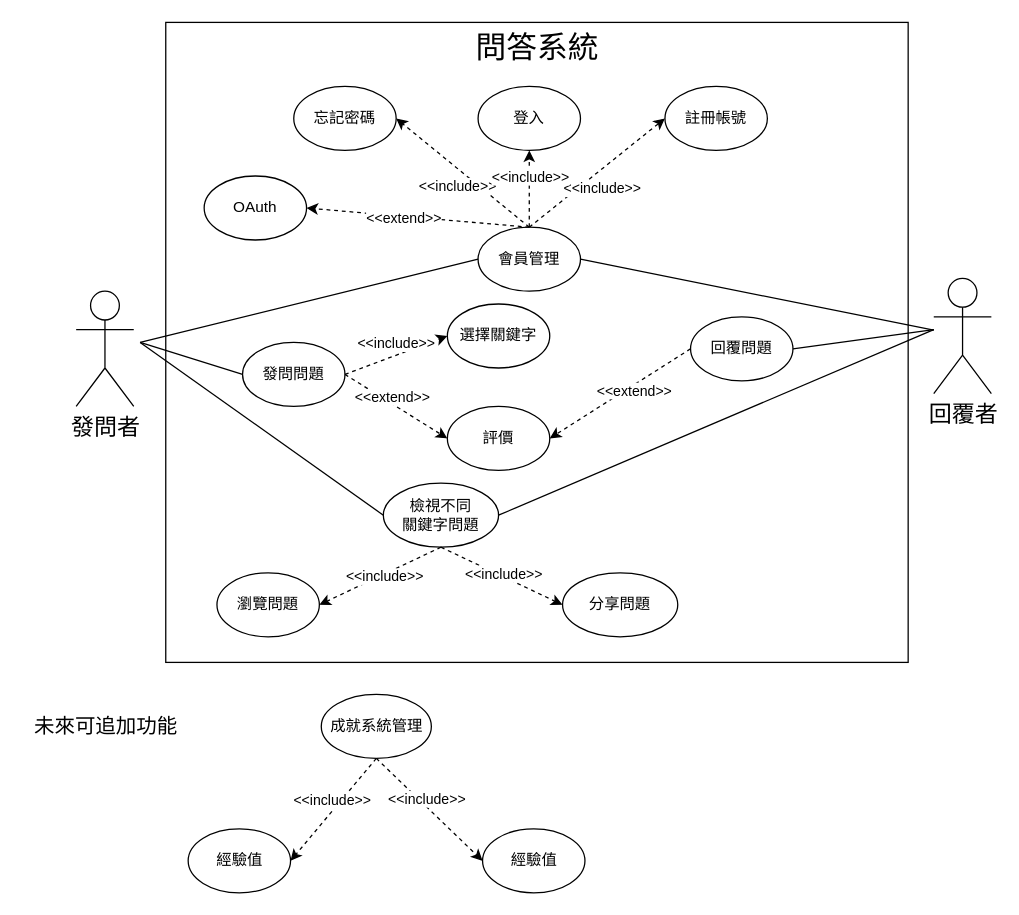
The draw.io diagram QAS_UseCaseDiagram.drawio in StayNight99/QAS, before the edit. Source tidied: cells renumbered, new cells numbered last; positions are measured from the earlier drawing's top-left corner, leaving out a move shared by most shapes. Both pictures are drawn from the tidied source at 128%, with x=0, y=0 at pixel (22, 22).
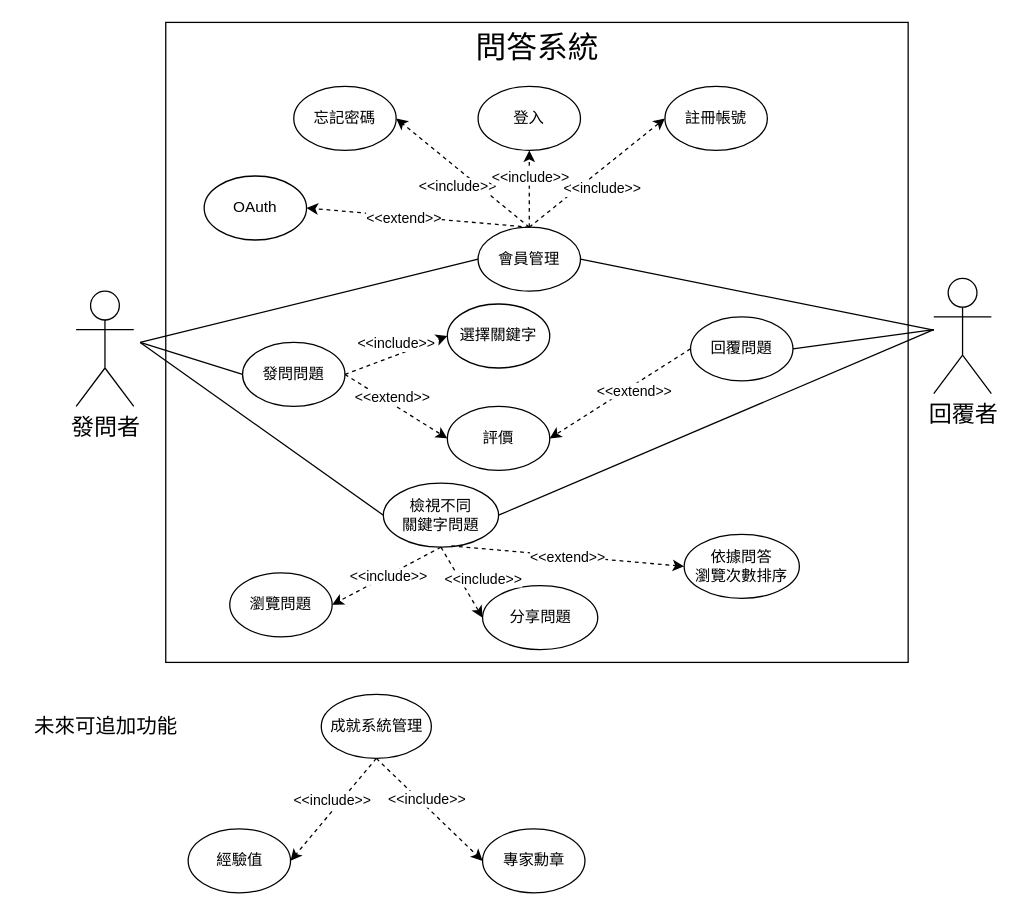
Above is the later version.

Commit message:
update 考慮瀏覽次數排序

The change refers to these unchanged cells:
```xml
<mxCell id="34" value="檢視不同&lt;br&gt;關鍵字問題" style="ellipse;whiteSpace=wrap;html=1;" parent="1" vertex="1">
  <mxGeometry x="282" y="360" width="90" height="50" as="geometry" />
</mxCell>
```

Change to the diagram source:
```diff
@@
     <mxCell id="37" value="分享問題" style="ellipse;whiteSpace=wrap;html=1;" parent="1" vertex="1">
-      <mxGeometry x="422" y="430" width="90" height="50" as="geometry" />
+      <mxGeometry x="359.5" y="440" width="90" height="50" as="geometry" />
     </mxCell>
@@
     <mxCell id="40" value="瀏覽問題" style="ellipse;whiteSpace=wrap;html=1;" parent="1" vertex="1">
-      <mxGeometry x="152" y="430" width="80" height="50" as="geometry" />
+      <mxGeometry x="162" y="430" width="80" height="50" as="geometry" />
     </mxCell>
@@
-    <mxCell id="47" value="經驗值" style="ellipse;whiteSpace=wrap;html=1;" parent="1" vertex="1">
+    <mxCell id="47" value="專家勳章" style="ellipse;whiteSpace=wrap;html=1;" parent="1" vertex="1">
       <mxGeometry x="359.5" y="630" width="80" height="50" as="geometry" />
     </mxCell>
@@
+    <mxCell id="50" value="依據問答&lt;br&gt;瀏覽次數排序" style="ellipse;whiteSpace=wrap;html=1;" parent="1" vertex="1">
+      <mxGeometry x="517" y="400" width="90" height="50" as="geometry" />
+    </mxCell>
+    <mxCell id="51" style="endArrow=classic;html=1;dashed=1;exitX=0.589;exitY=0.98;exitDx=0;exitDy=0;entryX=0;entryY=0.5;entryDx=0;entryDy=0;exitPerimeter=0;" parent="1" edge="1" source="34" target="50">
+      <mxGeometry relative="1" as="geometry" />
+    </mxCell>
+    <mxCell id="52" value="&amp;lt;&amp;lt;extend&amp;gt;&amp;gt;" style="edgeLabel;html=1;align=center;verticalAlign=middle;" parent="51" vertex="1">
+      <mxGeometry x="-0.42" y="2" relative="1" as="geometry">
+        <mxPoint x="38" y="6" as="offset" />
+      </mxGeometry>
+    </mxCell>
```
